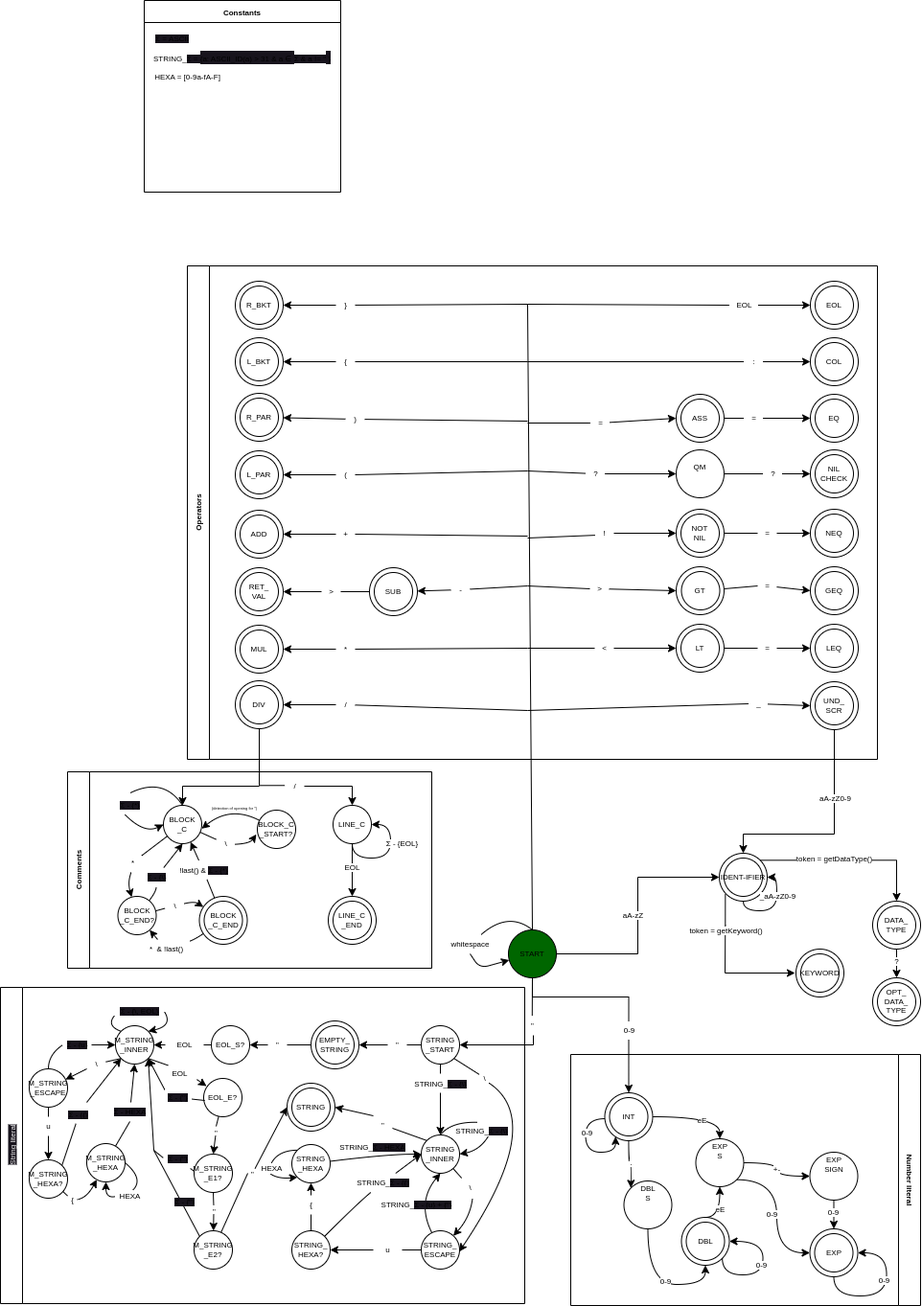
Earlier version of the draw.io export doc/fsm_draft.drawio.png (pomjak/IFJ23). Source tidied: cells renumbered, new cells last; positions are measured from the earlier drawing's top-left corner, leaving out a move shared by most shapes.
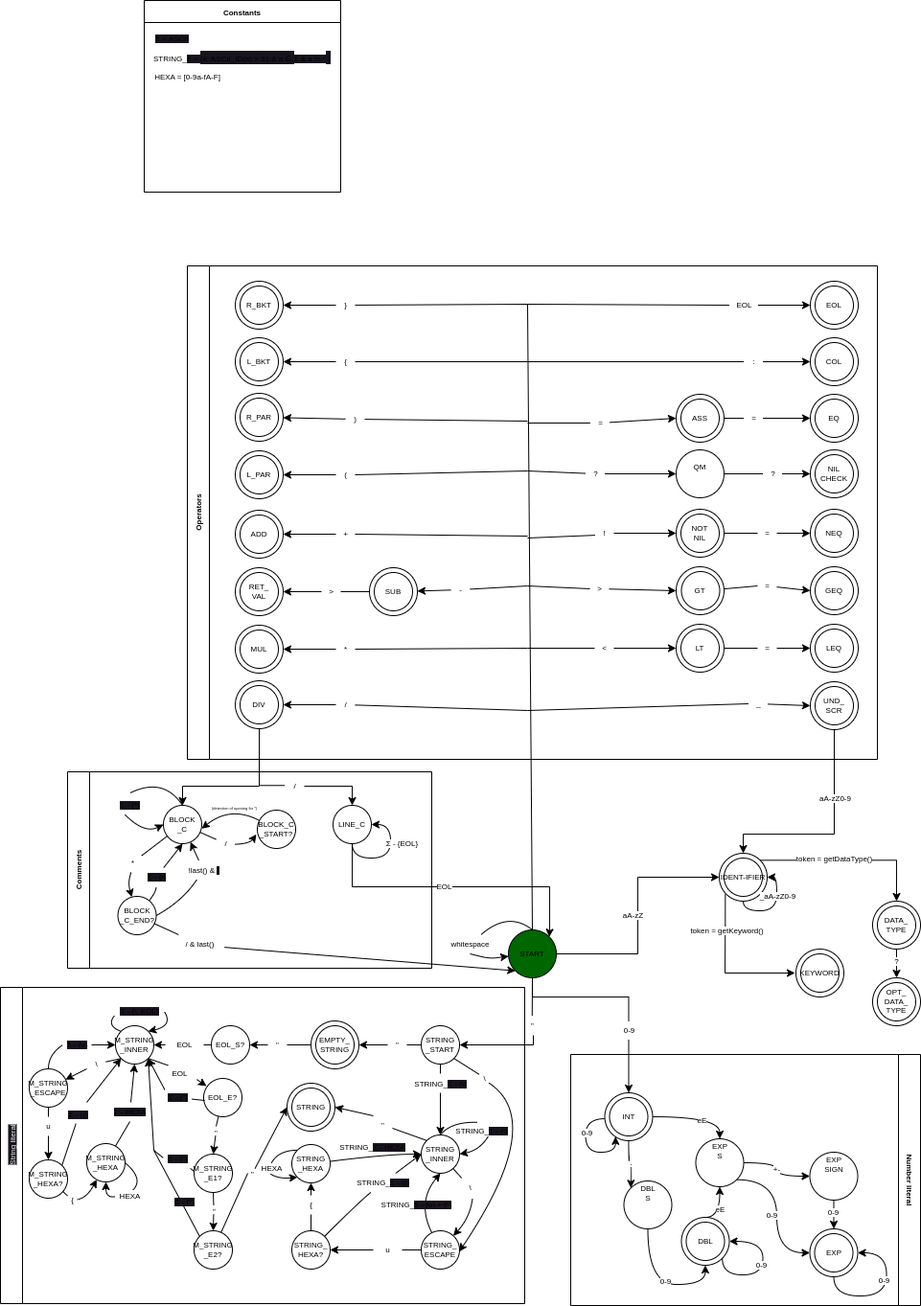
The same diagram one commit later.

Commit message:
edit comments in fsm

Change to the diagram source:
```diff
@@ -675,7 +675,7 @@
     <mxCell id="193" style="endArrow=classic;html=1;exitX=0.5;exitY=1;exitDx=0;exitDy=0;exitPerimeter=0;fontSize=8;spacing=-1;" parent="1" edge="1" source="192" target="5">
       <mxGeometry relative="1" as="geometry">
         <Array as="points">
-          <mxPoint x="500" y="1010" />
+          <mxPoint x="510" y="1000" />
         </Array>
       </mxGeometry>
     </mxCell>
@@ -702,27 +702,12 @@
         <mxPoint x="25" y="-13" as="offset" />
       </mxGeometry>
     </mxCell>
-    <mxCell id="199" style="group;fontSize=8;spacing=-1;" parent="194" vertex="1">
-      <mxGeometry x="272" y="130" width="50" height="50" as="geometry" />
-    </mxCell>
-    <mxCell id="200" style="ellipse;whiteSpace=wrap;html=1;fontSize=8;spacing=-1;" parent="199" vertex="1">
-      <mxGeometry x="5" y="5" width="40" height="40" as="geometry" />
-    </mxCell>
-    <mxCell id="201" value="&lt;font style=&quot;font-size: 8px;&quot;&gt;LINE_C&lt;br style=&quot;font-size: 8px;&quot;&gt;_END&lt;/font&gt;" style="ellipse;whiteSpace=wrap;html=1;fillColor=none;fontSize=8;spacing=-1;" parent="199" vertex="1">
-      <mxGeometry width="50" height="50" as="geometry" />
-    </mxCell>
     <mxCell id="202" style="edgeStyle=orthogonalEdgeStyle;rounded=0;jettySize=auto;html=1;entryX=0.5;entryY=0;entryDx=0;entryDy=0;fontSize=8;spacing=-1;" parent="194" edge="1" source="203" target="196">
       <mxGeometry relative="1" as="geometry" />
     </mxCell>
     <mxCell id="203" value="/" style="text;html=1;align=center;verticalAlign=middle;points=[];strokeColor=none;fillColor=none;fontSize=8;spacing=-1;" parent="194" vertex="1">
       <mxGeometry x="227" y="5" width="20" height="20" as="geometry" />
     </mxCell>
-    <mxCell id="204" style="edgeStyle=orthogonalEdgeStyle;rounded=0;jettySize=auto;html=1;exitX=0.5;exitY=1;exitDx=0;exitDy=0;entryX=0.5;entryY=0;entryDx=0;entryDy=0;fontSize=8;spacing=-1;" parent="194" edge="1" source="196" target="201">
-      <mxGeometry relative="1" as="geometry" />
-    </mxCell>
-    <mxCell id="205" value="EOL" style="edgeLabel;html=1;align=center;verticalAlign=middle;fontSize=8;spacing=-1;" parent="204" vertex="1">
-      <mxGeometry x="-0.07" relative="1" as="geometry" />
-    </mxCell>
     <mxCell id="206" style="endArrow=classic;html=1;fontSize=8;jumpSize=6;rounded=0;spacing=-1;" parent="194" edge="1">
       <mxGeometry relative="1" as="geometry">
         <mxPoint x="200" y="15" as="sourcePoint" />
@@ -766,41 +751,22 @@
         </Array>
       </mxGeometry>
     </mxCell>
-    <mxCell id="213" style="edgeStyle=none;curved=1;jumpSize=6;html=1;fontSize=8;startArrow=none;spacing=-1;" parent="194" edge="1" source="227" target="218">
-      <mxGeometry relative="1" as="geometry">
-        <Array as="points">
-          <mxPoint x="132.5" y="135" />
-        </Array>
-      </mxGeometry>
-    </mxCell>
     <mxCell id="214" style="edgeStyle=none;curved=1;jumpSize=6;html=1;fontSize=8;entryX=0.5;entryY=1;entryDx=0;entryDy=0;startArrow=none;spacing=-1;" parent="194" edge="1" source="223" target="209">
       <mxGeometry relative="1" as="geometry" />
     </mxCell>
     <mxCell id="215" value="BLOCK&lt;br style=&quot;font-size: 8px;&quot;&gt;_C_END?" style="ellipse;whiteSpace=wrap;html=1;fontSize=8;spacing=-1;" parent="194" vertex="1">
       <mxGeometry x="52.5" y="130" width="40" height="40" as="geometry" />
     </mxCell>
-    <mxCell id="216" style="group;fontSize=8;spacing=-1;" parent="194" vertex="1">
-      <mxGeometry x="137.5" y="130" width="50" height="50" as="geometry" />
-    </mxCell>
-    <mxCell id="217" style="ellipse;whiteSpace=wrap;html=1;fontSize=8;spacing=-1;" parent="216" vertex="1">
-      <mxGeometry x="5" y="5" width="40" height="40" as="geometry" />
-    </mxCell>
-    <mxCell id="218" value="&lt;font style=&quot;font-size: 8px;&quot;&gt;BLOCK&lt;br style=&quot;font-size: 8px;&quot;&gt;_C_END&lt;/font&gt;" style="ellipse;whiteSpace=wrap;html=1;fillColor=none;fontSize=8;spacing=-1;" parent="216" vertex="1">
-      <mxGeometry width="50" height="50" as="geometry" />
-    </mxCell>
     <mxCell id="219" style="edgeStyle=none;curved=1;jumpSize=6;html=1;fontSize=8;startArrow=none;spacing=-1;" parent="194" edge="1" source="225" target="209">
       <mxGeometry relative="1" as="geometry" />
     </mxCell>
-    <mxCell id="220" style="edgeStyle=none;curved=1;jumpSize=6;html=1;fontSize=8;spacing=-1;startArrow=none;" parent="194" edge="1" source="229" target="215">
-      <mxGeometry relative="1" as="geometry" />
-    </mxCell>
     <mxCell id="221" value="*" style="text;html=1;align=center;verticalAlign=middle;points=[];strokeColor=none;fillColor=none;fontSize=8;spacing=-1;" parent="194" vertex="1">
       <mxGeometry x="57.5" y="85" width="20" height="20" as="geometry" />
     </mxCell>
     <mxCell id="222" style="edgeStyle=none;curved=1;jumpSize=6;html=1;fontSize=8;endArrow=none;spacing=-1;" parent="194" edge="1" source="209" target="221">
       <mxGeometry relative="1" as="geometry" />
     </mxCell>
-    <mxCell id="223" value="&lt;span style=&quot;background-color: rgb(24, 20, 29);&quot;&gt;Σ&amp;nbsp;- {\}&lt;/span&gt;" style="text;html=1;align=center;verticalAlign=middle;points=[];strokeColor=none;fillColor=none;fontSize=8;spacing=-1;" parent="194" vertex="1">
+    <mxCell id="223" value="&lt;span style=&quot;background-color: rgb(24, 20, 29);&quot;&gt;Σ&amp;nbsp;- {/}&lt;/span&gt;" style="text;html=1;align=center;verticalAlign=middle;points=[];strokeColor=none;fillColor=none;fontSize=8;spacing=-1;" parent="194" vertex="1">
       <mxGeometry x="72.5" y="100" width="40" height="20" as="geometry" />
     </mxCell>
     <mxCell id="224" style="edgeStyle=none;curved=1;jumpSize=6;html=1;fontSize=8;entryX=0.5;entryY=1;entryDx=0;entryDy=0;endArrow=none;spacing=-1;" parent="194" edge="1" source="215" target="223">
@@ -810,28 +776,22 @@
         </Array>
       </mxGeometry>
     </mxCell>
-    <mxCell id="225" value="!last() &amp;amp;&amp;nbsp;&lt;span style=&quot;background-color: rgb(24, 20, 29);&quot;&gt;Σ&amp;nbsp;- {*}&lt;/span&gt;" style="text;html=1;align=center;verticalAlign=middle;points=[];strokeColor=none;fillColor=none;fontSize=8;spacing=-1;" parent="194" vertex="1">
-      <mxGeometry x="106.5" y="92.5" width="70" height="20" as="geometry" />
+    <mxCell id="225" value="!last() &amp;amp;&amp;nbsp;&lt;span style=&quot;background-color: rgb(24, 20, 29);&quot;&gt;/&lt;/span&gt;" style="text;html=1;align=center;verticalAlign=middle;points=[];strokeColor=none;fillColor=none;fontSize=8;spacing=-1;" parent="194" vertex="1">
+      <mxGeometry x="116.5" y="92.5" width="50" height="20" as="geometry" />
     </mxCell>
-    <mxCell id="226" style="edgeStyle=none;curved=1;jumpSize=6;html=1;fontSize=8;endArrow=none;spacing=-1;" parent="194" edge="1" source="218" target="225">
-      <mxGeometry relative="1" as="geometry" />
+    <mxCell id="226" style="edgeStyle=none;curved=1;jumpSize=6;html=1;fontSize=8;endArrow=none;spacing=-1;exitX=1;exitY=0.5;exitDx=0;exitDy=0;" parent="194" edge="1" source="215" target="225">
+      <mxGeometry relative="1" as="geometry">
+        <Array as="points">
+          <mxPoint x="120" y="135" />
+        </Array>
+      </mxGeometry>
     </mxCell>
-    <mxCell id="227" value="\" style="text;html=1;align=center;verticalAlign=middle;points=[];strokeColor=none;fillColor=none;fontSize=8;spacing=-1;" parent="194" vertex="1">
-      <mxGeometry x="101.5" y="130" width="20" height="20" as="geometry" />
+    <mxCell id="227" value="/ &amp;amp; last()" style="text;html=1;align=center;verticalAlign=middle;points=[];strokeColor=none;fillColor=none;fontSize=8;spacing=-1;" parent="194" vertex="1">
+      <mxGeometry x="112.5" y="170" width="50" height="20" as="geometry" />
     </mxCell>
     <mxCell id="228" style="edgeStyle=none;curved=1;jumpSize=6;html=1;fontSize=8;endArrow=none;spacing=-1;" parent="194" edge="1" source="215" target="227">
       <mxGeometry relative="1" as="geometry" />
     </mxCell>
-    <mxCell id="229" value="*&amp;nbsp; &amp;amp; !last()" style="text;html=1;align=center;verticalAlign=middle;points=[];strokeColor=none;fillColor=none;fontSize=8;spacing=0;" parent="194" vertex="1">
-      <mxGeometry x="77.5" y="175" width="50" height="20" as="geometry" />
-    </mxCell>
-    <mxCell id="230" style="edgeStyle=none;curved=1;jumpSize=6;html=1;fontSize=8;spacing=-1;endArrow=none;" parent="194" edge="1" source="218" target="229">
-      <mxGeometry relative="1" as="geometry">
-        <Array as="points">
-          <mxPoint x="132.5" y="175" />
-        </Array>
-      </mxGeometry>
-    </mxCell>
     <mxCell id="231" style="edgeStyle=none;curved=1;jumpSize=6;html=1;fontSize=8;entryX=1;entryY=0.608;entryDx=0;entryDy=0;entryPerimeter=0;" parent="194" edge="1" source="232" target="209">
       <mxGeometry relative="1" as="geometry">
         <Array as="points">
@@ -842,7 +802,7 @@
     <mxCell id="232" value="BLOCK_C&lt;br&gt;_START?" style="ellipse;whiteSpace=wrap;html=1;fontSize=8;spacing=-1;" parent="194" vertex="1">
       <mxGeometry x="198" y="40" width="40" height="40" as="geometry" />
     </mxCell>
-    <mxCell id="233" value="\" style="text;html=1;align=center;verticalAlign=middle;points=[];strokeColor=none;fillColor=none;fontSize=8;spacing=0;" parent="194" vertex="1">
+    <mxCell id="233" value="/" style="text;html=1;align=center;verticalAlign=middle;points=[];strokeColor=none;fillColor=none;fontSize=8;spacing=0;" parent="194" vertex="1">
       <mxGeometry x="155" y="65" width="20" height="20" as="geometry" />
     </mxCell>
     <mxCell id="234" style="edgeStyle=none;curved=1;jumpSize=6;html=1;fontSize=8;endArrow=none;" parent="194" edge="1" source="209" target="233">
@@ -1263,5 +1223,20 @@
         <mxPoint x="160" y="1200" as="targetPoint" />
       </mxGeometry>
     </mxCell>
+    <mxCell id="204" style="edgeStyle=orthogonalEdgeStyle;rounded=0;jettySize=auto;html=1;exitX=0.5;exitY=1;exitDx=0;exitDy=0;entryX=1;entryY=0;entryDx=0;entryDy=0;fontSize=8;spacing=-1;" parent="1" edge="1" source="196" target="5">
+      <mxGeometry relative="1" as="geometry">
+        <Array as="points">
+          <mxPoint x="367" y="925" />
+          <mxPoint x="573" y="925" />
+          <mxPoint x="573" y="970" />
+        </Array>
+      </mxGeometry>
+    </mxCell>
+    <mxCell id="205" value="EOL" style="edgeLabel;html=1;align=center;verticalAlign=middle;fontSize=8;spacing=-1;" parent="204" vertex="1">
+      <mxGeometry x="-0.07" relative="1" as="geometry" />
+    </mxCell>
+    <mxCell id="348" style="endArrow=classic;html=1;fontSize=8;exitX=1.024;exitY=0.657;exitDx=0;exitDy=0;exitPerimeter=0;entryX=0;entryY=1;entryDx=0;entryDy=0;" parent="1" edge="1" source="227" target="5">
+      <mxGeometry relative="1" as="geometry" />
+    </mxCell>
   </root>
 </mxGraphModel>
```
